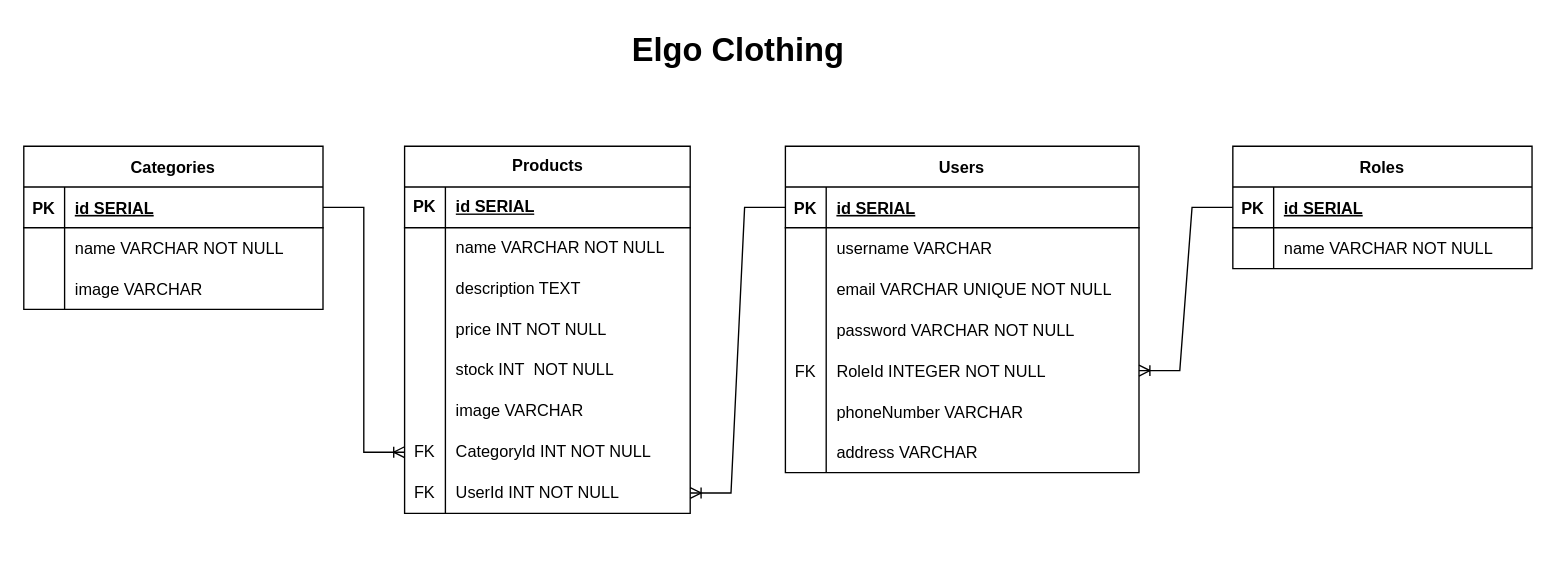
This is server/clothing.drawio from sakirsyarian/clothing, a draw.io file, before an edit. Source tidied: cells renumbered, new cells numbered last; positions are measured from the earlier drawing's top-left corner, leaving out a move shared by most shapes. Both pictures are drawn from the tidied source at 136%, with x=0, y=0 at pixel (23, 23).
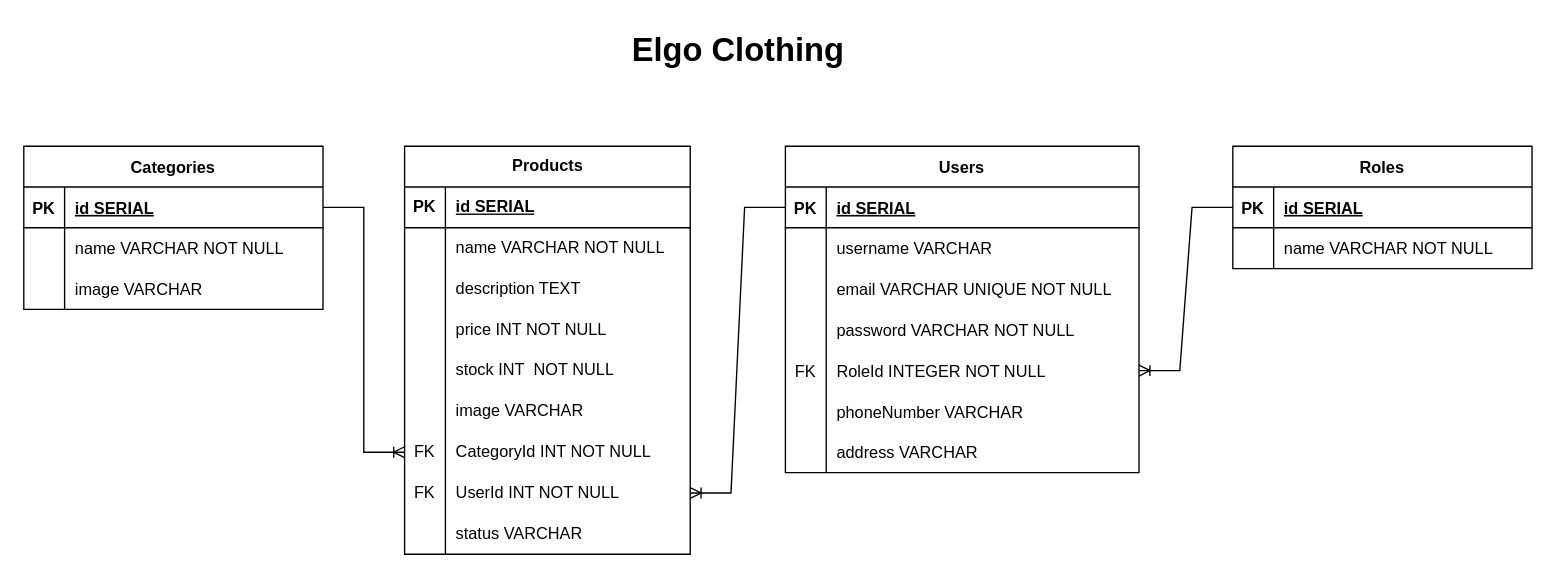
After the change.

Change to the diagram source:
```diff
@@
     <mxCell id="3" value="Products" style="shape=table;startSize=30;childLayout=tableLayout;rowLines=0;fontStyle=1;align=center;html=1;" parent="1" vertex="1">
-      <mxGeometry x="280" y="90" width="210" height="270" as="geometry" />
+      <mxGeometry x="280" y="90" width="210" height="300" as="geometry" />
     </mxCell>
@@
+    <mxCell id="70" style="shape=tableRow;horizontal=0;startSize=0;swimlaneHead=0;swimlaneBody=0;fillColor=none;top=0;left=0;right=0;bottom=0;" parent="3" vertex="1">
+      <mxGeometry y="270" width="210" height="30" as="geometry" />
+    </mxCell>
+    <mxCell id="71" style="shape=partialRectangle;fillColor=none;top=0;left=0;bottom=0;right=0;overflow=hidden;whiteSpace=wrap;html=1;" parent="70" vertex="1">
+      <mxGeometry width="30" height="30" as="geometry" />
+    </mxCell>
+    <mxCell id="72" value="status VARCHAR" style="shape=partialRectangle;fillColor=none;top=0;left=0;bottom=0;right=0;align=left;spacingLeft=6;overflow=hidden;whiteSpace=wrap;html=1;" parent="70" vertex="1">
+      <mxGeometry x="30" width="180" height="30" as="geometry" />
+    </mxCell>
```
